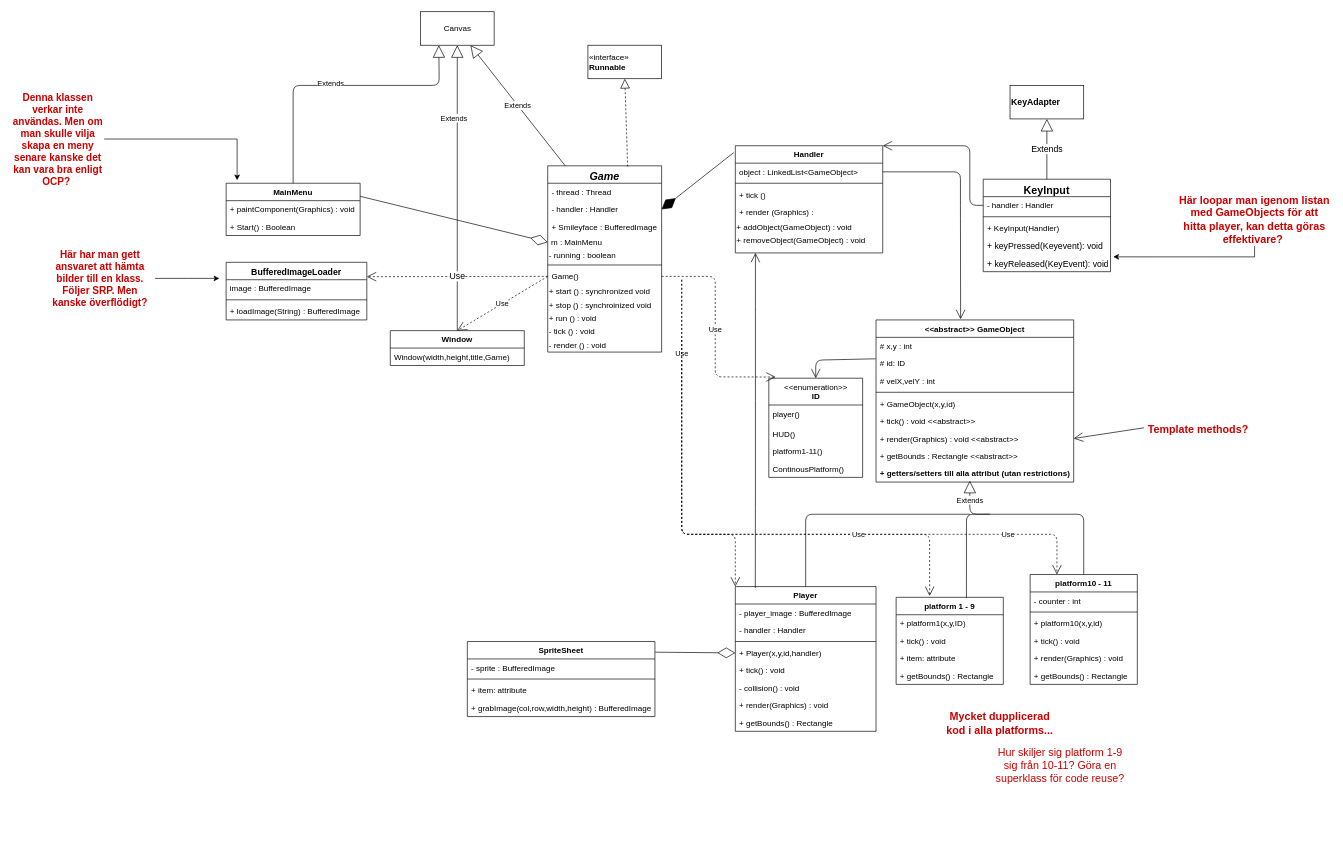
The draw.io diagram Untitled Diagram.drawio in elinhagman/DIT953-lab1, before the edit. Source tidied: cells renumbered, new cells numbered last; positions are measured from the earlier drawing's top-left corner, leaving out a move shared by most shapes. Both pictures are drawn from the tidied source at 67%, with x=0, y=0 at pixel (11, 11).
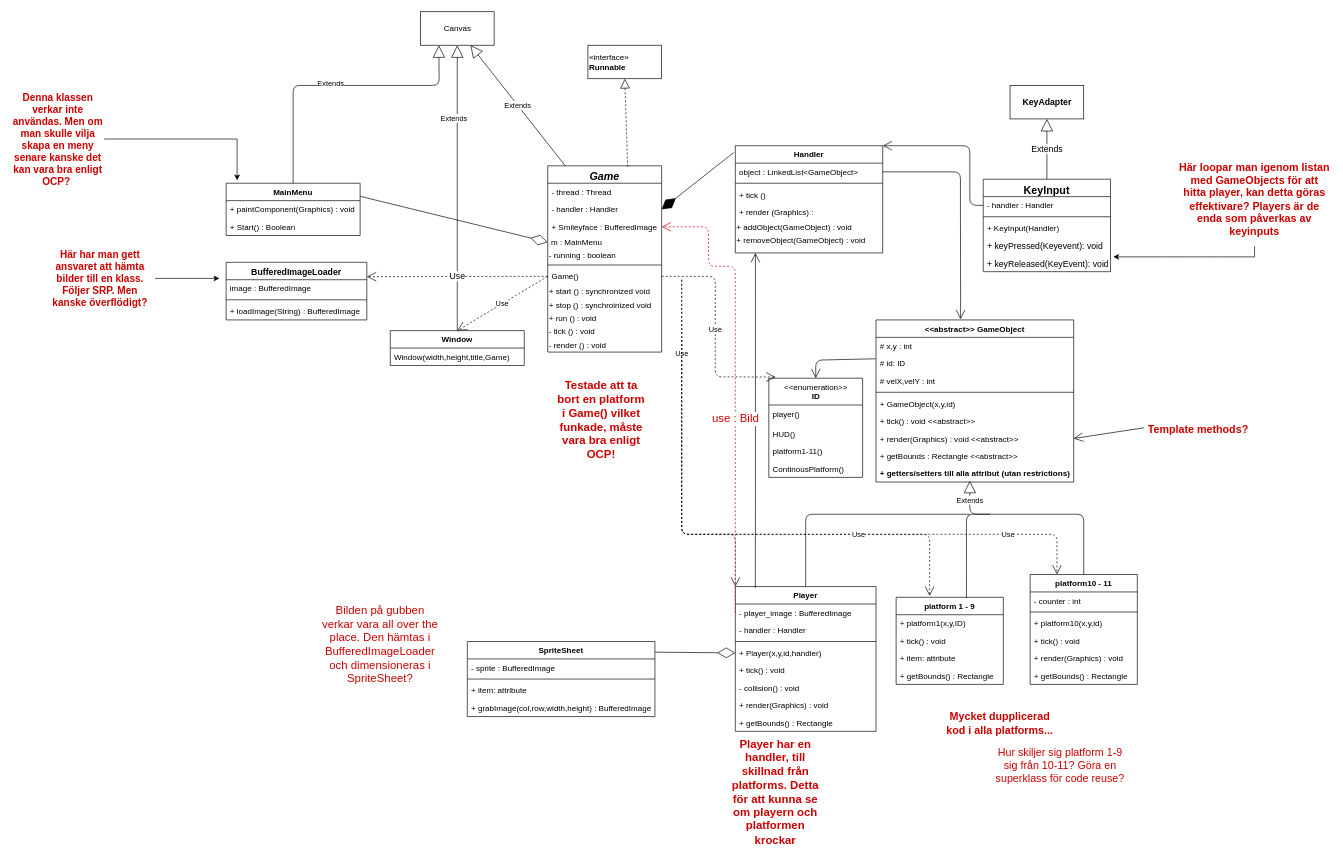
The same diagram, later.

The change refers to these unchanged cells:
```xml
<mxCell id="5" value="+ Smileyface : BufferedImage" style="text;align=left;verticalAlign=top;spacingLeft=4;spacingRight=4;overflow=hidden;points=[[0,0.5],[1,0.5]];portConstraint=eastwest;rounded=0;shadow=0;html=0;" parent="2" vertex="1">
  <mxGeometry y="78" width="170" height="26" as="geometry" />
</mxCell>
<mxCell id="62" value="- player_image : BufferedImage" style="text;strokeColor=none;fillColor=none;align=left;verticalAlign=top;spacingLeft=4;spacingRight=4;overflow=hidden;points=[[0,0.5],[1,0.5]];portConstraint=eastwest;" parent="61" vertex="1">
  <mxGeometry y="26" width="210" height="26" as="geometry" />
</mxCell>
```

What changed in the source:
```diff
@@
-    <mxCell id="98" value="KeyAdapter" style="html=1;fontSize=13;fontColor=#000000;align=left;fontStyle=1;" parent="1" vertex="1">
+    <mxCell id="98" value="KeyAdapter" style="html=1;fontSize=13;fontColor=#000000;align=center;fontStyle=1;" parent="1" vertex="1">
       <mxGeometry x="1490" y="110" width="110" height="50" as="geometry" />
     </mxCell>
@@
-    <mxCell id="102" value="&lt;b&gt;&lt;font color=&quot;#cc0000&quot;&gt;Här loopar man igenom listan med GameObjects för att hitta player, kan detta göras effektivare?&amp;nbsp;&lt;/font&gt;&lt;/b&gt;" style="text;html=1;strokeColor=none;fillColor=none;align=center;verticalAlign=middle;whiteSpace=wrap;rounded=0;fontSize=16;fontColor=#990000;" parent="1" vertex="1">
-      <mxGeometry x="1740" y="300" width="230" height="20" as="geometry" />
+    <mxCell id="102" value="&lt;b&gt;&lt;font color=&quot;#cc0000&quot;&gt;Här loopar man igenom listan med GameObjects för att hitta player, kan detta göras effektivare? Players är de enda som påverkas av keyinputs&lt;/font&gt;&lt;/b&gt;" style="text;html=1;strokeColor=none;fillColor=none;align=center;verticalAlign=middle;whiteSpace=wrap;rounded=0;fontSize=16;fontColor=#990000;" parent="1" vertex="1">
+      <mxGeometry x="1740" y="270" width="230" height="20" as="geometry" />
     </mxCell>
@@
+    <mxCell id="112" value="&lt;b&gt;Testade att ta bort en platform i Game() vilket funkade, måste vara bra enligt OCP!&lt;/b&gt;" style="text;html=1;strokeColor=none;fillColor=none;align=center;verticalAlign=middle;whiteSpace=wrap;rounded=0;fontSize=17;fontColor=#CC0000;" parent="1" vertex="1">
+      <mxGeometry x="810" y="600" width="140" height="20" as="geometry" />
+    </mxCell>
+    <mxCell id="113" value="Player har en handler, till skillnad från platforms. Detta för att kunna se om playern och platformen krockar" style="text;html=1;strokeColor=none;fillColor=none;align=center;verticalAlign=middle;whiteSpace=wrap;rounded=0;fontSize=17;fontColor=#CC0000;fontStyle=1;" parent="1" vertex="1">
+      <mxGeometry x="1070" y="1140" width="140" height="50" as="geometry" />
+    </mxCell>
+    <mxCell id="114" value="use : Bild" style="endArrow=open;endSize=12;dashed=1;html=1;fontSize=17;fontColor=#CC0000;exitX=0;exitY=0.5;exitDx=0;exitDy=0;entryX=1;entryY=0.5;entryDx=0;entryDy=0;strokeColor=#CC0000;" parent="1" edge="1" source="62" target="5">
+      <mxGeometry x="-0.16" relative="1" as="geometry">
+        <Array as="points">
+          <mxPoint x="1080" y="430" />
+          <mxPoint x="1080" y="380" />
+          <mxPoint x="1040" y="380" />
+          <mxPoint x="1040" y="321" />
+        </Array>
+        <mxPoint y="-1" as="offset" />
+      </mxGeometry>
+    </mxCell>
+    <mxCell id="115" value="Bilden på gubben verkar vara all over the place. Den hämtas i BufferedImageLoader och dimensioneras i SpriteSheet?" style="text;html=1;strokeColor=none;fillColor=none;align=center;verticalAlign=middle;whiteSpace=wrap;rounded=0;fontSize=17;fontColor=#CC0000;" parent="1" vertex="1">
+      <mxGeometry x="460" y="900" width="180" height="90" as="geometry" />
+    </mxCell>
```
